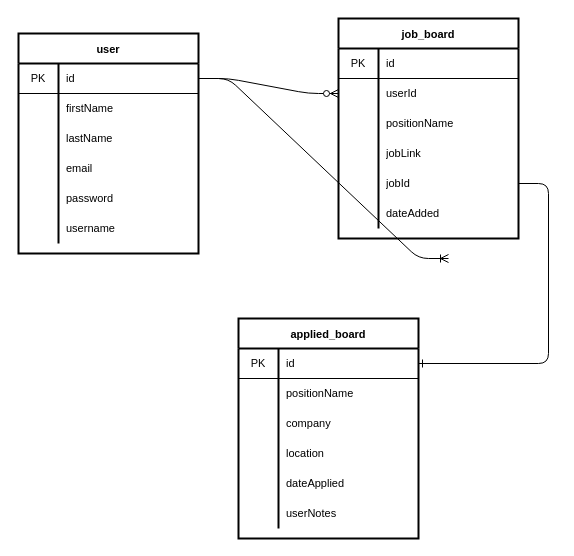
Before: page "Page-2" (2 of 2) of ERD.drawio in aimeepham14/job-application-tracker, a draw.io diagram. Source tidied: cells renumbered, new cells numbered last; positions are measured from the earlier drawing's top-left corner, leaving out a move shared by most shapes. Both pictures are drawn from the tidied source at 100%, with x=0, y=0 at pixel (18, 18).
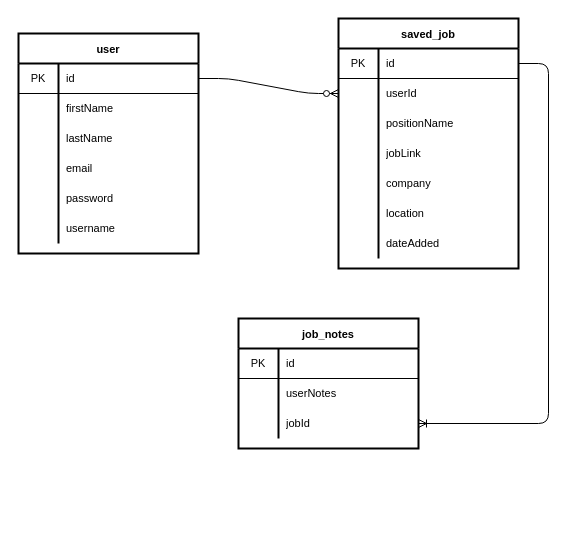
After the change.

Unchanged cells that the change refers to:
```xml
<mxCell id="3" style="shape=partialRectangle;html=1;whiteSpace=wrap;fillColor=none;top=0;left=0;bottom=1;right=0;points=[[0,0.5],[1,0.5]];portConstraint=eastwest;fontSize=11;strokeColor=default;strokeWidth=1;" parent="2" vertex="1">
  <mxGeometry y="30" width="180" height="30" as="geometry" />
</mxCell>
<mxCell id="22" style="shape=partialRectangle;html=1;whiteSpace=wrap;fillColor=none;top=0;left=0;bottom=1;right=0;points=[[0,0.5],[1,0.5]];portConstraint=eastwest;fontSize=11;strokeColor=default;strokeWidth=1;" parent="21" vertex="1">
  <mxGeometry y="30" width="180" height="30" as="geometry" />
</mxCell>
<mxCell id="34" style="shape=partialRectangle;html=1;whiteSpace=wrap;fillColor=none;top=0;left=0;bottom=0;right=0;points=[[0,0.5],[1,0.5]];portConstraint=eastwest;fontSize=11;strokeColor=default;strokeWidth=0;" parent="21" vertex="1">
  <mxGeometry y="150" width="180" height="30" as="geometry" />
</mxCell>
<mxCell id="41" style="shape=partialRectangle;html=1;whiteSpace=wrap;fillColor=none;top=0;left=0;bottom=1;right=0;points=[[0,0.5],[1,0.5]];portConstraint=eastwest;fontSize=11;strokeColor=default;strokeWidth=1;" parent="40" vertex="1">
  <mxGeometry y="30" width="180" height="30" as="geometry" />
</mxCell>
<mxCell id="44" style="shape=partialRectangle;html=1;whiteSpace=wrap;fillColor=none;top=0;left=0;bottom=0;right=0;fontSize=11;strokeColor=default;strokeWidth=0;" parent="40" vertex="1">
  <mxGeometry y="60" width="180" height="30" as="geometry" />
</mxCell>
<mxCell id="47" style="shape=partialRectangle;html=1;whiteSpace=wrap;fillColor=none;top=0;left=0;bottom=0;right=0;points=[[0,0.5],[1,0.5]];portConstraint=eastwest;fontSize=11;strokeColor=default;strokeWidth=0;" parent="40" vertex="1">
  <mxGeometry y="90" width="180" height="30" as="geometry" />
</mxCell>
```

The edit, as a diff of the source:
```diff
@@
-    <mxCell id="21" value="job_board" style="shape=table;startSize=30;childLayout=tableLayout;rowLines=0;fontStyle=1;align=center;fontSize=11;strokeColor=default;strokeWidth=2;perimeterSpacing=2;" parent="1" vertex="1">
-      <mxGeometry x="320" width="180" height="220" as="geometry" />
+    <mxCell id="21" value="saved_job" style="shape=table;startSize=30;childLayout=tableLayout;rowLines=0;fontStyle=1;align=center;fontSize=11;strokeColor=default;strokeWidth=2;perimeterSpacing=2;" parent="1" vertex="1">
+      <mxGeometry x="320" width="180" height="250" as="geometry" />
     </mxCell>
@@
-    <mxCell id="36" value="jobId" style="shape=partialRectangle;html=1;whiteSpace=wrap;fillColor=none;top=0;left=0;bottom=0;right=0;align=left;spacingLeft=6;overflow=hidden;fontSize=11;strokeColor=default;strokeWidth=0;" parent="34" vertex="1">
+    <mxCell id="36" value="company" style="shape=partialRectangle;html=1;whiteSpace=wrap;fillColor=none;top=0;left=0;bottom=0;right=0;align=left;spacingLeft=6;overflow=hidden;fontSize=11;strokeColor=default;strokeWidth=0;" parent="34" vertex="1">
       <mxGeometry x="40" width="140" height="30" as="geometry" />
     </mxCell>
+    <mxCell id="56" style="shape=partialRectangle;html=1;whiteSpace=wrap;fillColor=none;top=0;left=0;bottom=0;right=0;fontSize=11;strokeColor=default;strokeWidth=0;" parent="21" vertex="1">
+      <mxGeometry y="180" width="180" height="30" as="geometry" />
+    </mxCell>
+    <mxCell id="62" style="shape=partialRectangle;html=1;whiteSpace=wrap;fillColor=none;top=0;left=0;bottom=0;right=0;overflow=hidden;fontSize=11;strokeColor=default;strokeWidth=0;" parent="56" vertex="1">
+      <mxGeometry width="40" height="30" as="geometry" />
+    </mxCell>
+    <mxCell id="52" value="location" style="shape=partialRectangle;html=1;whiteSpace=wrap;fillColor=none;top=0;left=0;bottom=0;right=0;align=left;spacingLeft=6;overflow=hidden;fontSize=11;strokeColor=default;strokeWidth=0;" parent="56" vertex="1">
+      <mxGeometry x="40" width="140" height="30" as="geometry" />
+    </mxCell>
     <mxCell id="37" style="shape=partialRectangle;html=1;whiteSpace=wrap;fillColor=none;top=0;left=0;bottom=0;right=0;fontSize=11;strokeColor=default;strokeWidth=0;" parent="21" vertex="1">
-      <mxGeometry y="180" width="180" height="30" as="geometry" />
+      <mxGeometry y="210" width="180" height="30" as="geometry" />
     </mxCell>
@@
-    <mxCell id="40" value="applied_board" style="shape=table;startSize=30;childLayout=tableLayout;rowLines=0;fontStyle=1;align=center;fontSize=11;strokeColor=default;strokeWidth=2;perimeterSpacing=2;" parent="1" vertex="1">
-      <mxGeometry x="220" y="300" width="180" height="220" as="geometry" />
+    <mxCell id="40" value="job_notes" style="shape=table;startSize=30;childLayout=tableLayout;rowLines=0;fontStyle=1;align=center;fontSize=11;strokeColor=default;strokeWidth=2;perimeterSpacing=2;" parent="1" vertex="1">
+      <mxGeometry x="220" y="300" width="180" height="130" as="geometry" />
     </mxCell>
@@
-    <mxCell id="46" value="positionName" style="shape=partialRectangle;html=1;whiteSpace=wrap;fillColor=none;top=0;left=0;bottom=0;right=0;align=left;spacingLeft=6;overflow=hidden;fontSize=11;strokeColor=default;strokeWidth=0;" parent="44" vertex="1">
+    <mxCell id="46" value="userNotes" style="shape=partialRectangle;html=1;whiteSpace=wrap;fillColor=none;top=0;left=0;bottom=0;right=0;align=left;spacingLeft=6;overflow=hidden;fontSize=11;strokeColor=default;strokeWidth=0;" parent="44" vertex="1">
       <mxGeometry x="40" width="140" height="30" as="geometry" />
     </mxCell>
@@
-    <mxCell id="48" style="shape=partialRectangle;html=1;whiteSpace=wrap;fillColor=none;top=0;left=0;bottom=0;right=0;overflow=hidden;fontSize=11;strokeColor=default;strokeWidth=0;" parent="47" vertex="1">
-      <mxGeometry width="40" height="30" as="geometry" />
-    </mxCell>
-    <mxCell id="49" value="company" style="shape=partialRectangle;html=1;whiteSpace=wrap;fillColor=none;top=0;left=0;bottom=0;right=0;align=left;spacingLeft=6;overflow=hidden;fontSize=11;strokeColor=default;strokeWidth=0;" parent="47" vertex="1">
-      <mxGeometry x="40" width="140" height="30" as="geometry" />
-    </mxCell>
-    <mxCell id="50" style="shape=partialRectangle;html=1;whiteSpace=wrap;fillColor=none;top=0;left=0;bottom=0;right=0;fontSize=11;strokeColor=default;strokeWidth=0;" parent="40" vertex="1">
-      <mxGeometry y="120" width="180" height="30" as="geometry" />
-    </mxCell>
-    <mxCell id="51" style="shape=partialRectangle;html=1;whiteSpace=wrap;fillColor=none;top=0;left=0;bottom=0;right=0;overflow=hidden;fontSize=11;strokeColor=default;strokeWidth=0;" parent="50" vertex="1">
-      <mxGeometry width="40" height="30" as="geometry" />
-    </mxCell>
-    <mxCell id="52" value="location" style="shape=partialRectangle;html=1;whiteSpace=wrap;fillColor=none;top=0;left=0;bottom=0;right=0;align=left;spacingLeft=6;overflow=hidden;fontSize=11;strokeColor=default;strokeWidth=0;" parent="50" vertex="1">
-      <mxGeometry x="40" width="140" height="30" as="geometry" />
-    </mxCell>
-    <mxCell id="53" style="shape=partialRectangle;html=1;whiteSpace=wrap;fillColor=none;top=0;left=0;bottom=0;right=0;fontSize=11;strokeColor=default;strokeWidth=0;" parent="40" vertex="1">
-      <mxGeometry y="150" width="180" height="30" as="geometry" />
-    </mxCell>
-    <mxCell id="54" style="shape=partialRectangle;html=1;whiteSpace=wrap;fillColor=none;top=0;left=0;bottom=0;right=0;overflow=hidden;fontSize=11;strokeColor=default;strokeWidth=0;" parent="53" vertex="1">
-      <mxGeometry width="40" height="30" as="geometry" />
-    </mxCell>
-    <mxCell id="55" value="dateApplied" style="shape=partialRectangle;html=1;whiteSpace=wrap;fillColor=none;top=0;left=0;bottom=0;right=0;align=left;spacingLeft=6;overflow=hidden;fontSize=11;strokeColor=default;strokeWidth=0;" parent="53" vertex="1">
-      <mxGeometry x="40" width="140" height="30" as="geometry" />
-    </mxCell>
-    <mxCell id="56" style="shape=partialRectangle;html=1;whiteSpace=wrap;fillColor=none;top=0;left=0;bottom=0;right=0;fontSize=11;strokeColor=default;strokeWidth=0;" parent="40" vertex="1">
-      <mxGeometry y="180" width="180" height="30" as="geometry" />
-    </mxCell>
-    <mxCell id="57" style="shape=partialRectangle;html=1;whiteSpace=wrap;fillColor=none;top=0;left=0;bottom=0;right=0;overflow=hidden;fontSize=11;strokeColor=default;strokeWidth=0;" parent="56" vertex="1">
-      <mxGeometry width="40" height="30" as="geometry" />
-    </mxCell>
-    <mxCell id="58" value="userNotes" style="shape=partialRectangle;html=1;whiteSpace=wrap;fillColor=none;top=0;left=0;bottom=0;right=0;align=left;spacingLeft=6;overflow=hidden;fontSize=11;strokeColor=default;strokeWidth=0;" parent="56" vertex="1">
-      <mxGeometry x="40" width="140" height="30" as="geometry" />
-    </mxCell>
-    <mxCell id="59" style="edgeStyle=entityRelationEdgeStyle;fontSize=12;html=1;endArrow=ERoneToMany;exitX=1;exitY=0.5;exitDx=0;exitDy=0;" parent="1" edge="1" source="3">
-      <mxGeometry relative="1" as="geometry">
-        <mxPoint x="430" y="240" as="targetPoint" />
-      </mxGeometry>
-    </mxCell>
+    <mxCell id="63" style="shape=partialRectangle;html=1;whiteSpace=wrap;fillColor=none;top=0;left=0;bottom=0;right=0;overflow=hidden;fontSize=11;strokeColor=default;strokeWidth=0;" parent="47" vertex="1">
+      <mxGeometry width="40" height="30" as="geometry" />
+    </mxCell>
+    <mxCell id="64" value="jobId" style="shape=partialRectangle;html=1;whiteSpace=wrap;fillColor=none;top=0;left=0;bottom=0;right=0;align=left;spacingLeft=6;overflow=hidden;fontSize=11;strokeColor=default;strokeWidth=0;" parent="47" vertex="1">
+      <mxGeometry x="40" width="140" height="30" as="geometry" />
+    </mxCell>
-    <mxCell id="60" style="edgeStyle=entityRelationEdgeStyle;fontSize=12;html=1;endArrow=ERone;endFill=0;entryX=1;entryY=0.5;entryDx=0;entryDy=0;" parent="1" edge="1" source="34" target="41">
+    <mxCell id="60" style="edgeStyle=entityRelationEdgeStyle;fontSize=12;html=1;endArrow=ERoneToMany;endFill=0;entryX=1;entryY=0.5;entryDx=0;entryDy=0;" parent="1" edge="1" source="22" target="47">
       <mxGeometry relative="1" as="geometry" />
     </mxCell>
```
